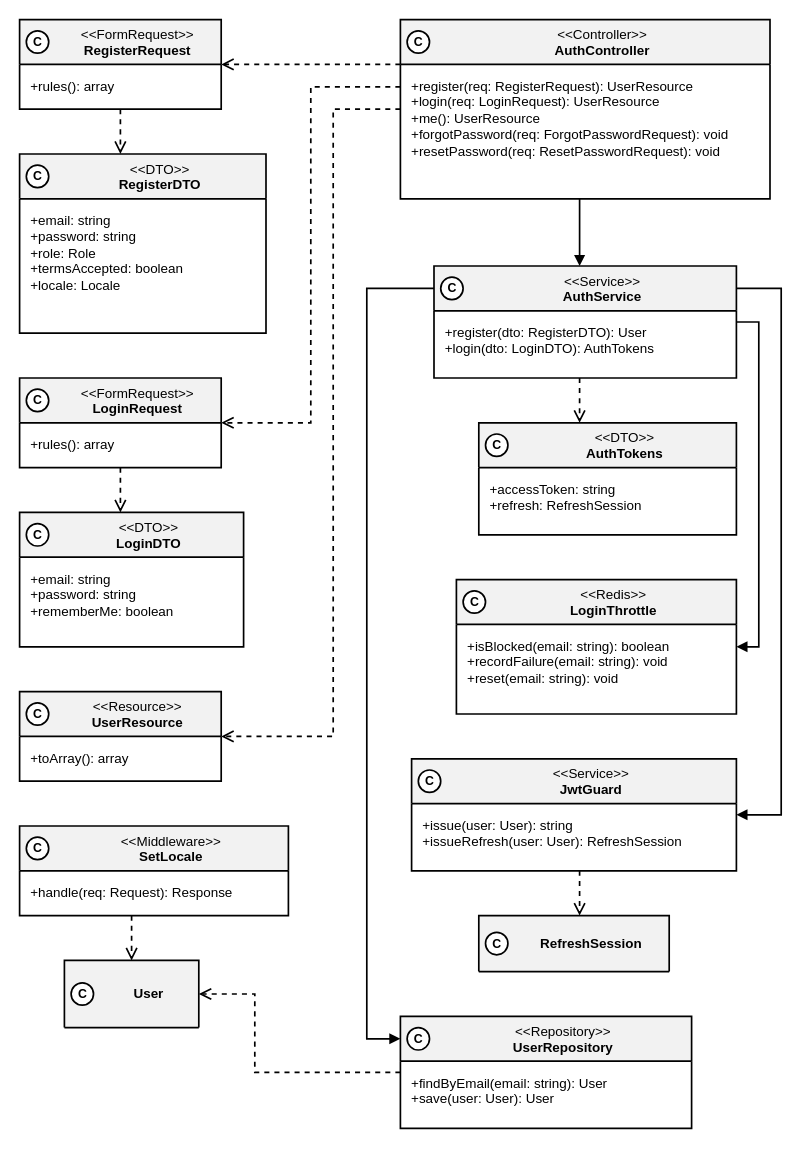
This is especificacao/diagramas/13-classes-area-a-implementacao-login.drawio from Plataforma-de-Cursos-TCC/plataforma-cursos-docs, a draw.io file, before an edit. Source tidied: cells renumbered, new cells numbered last; positions are measured from the earlier drawing's top-left corner, leaving out a move shared by most shapes. Both pictures are drawn from the tidied source at 112%, with x=0, y=0 at pixel (19, 19).
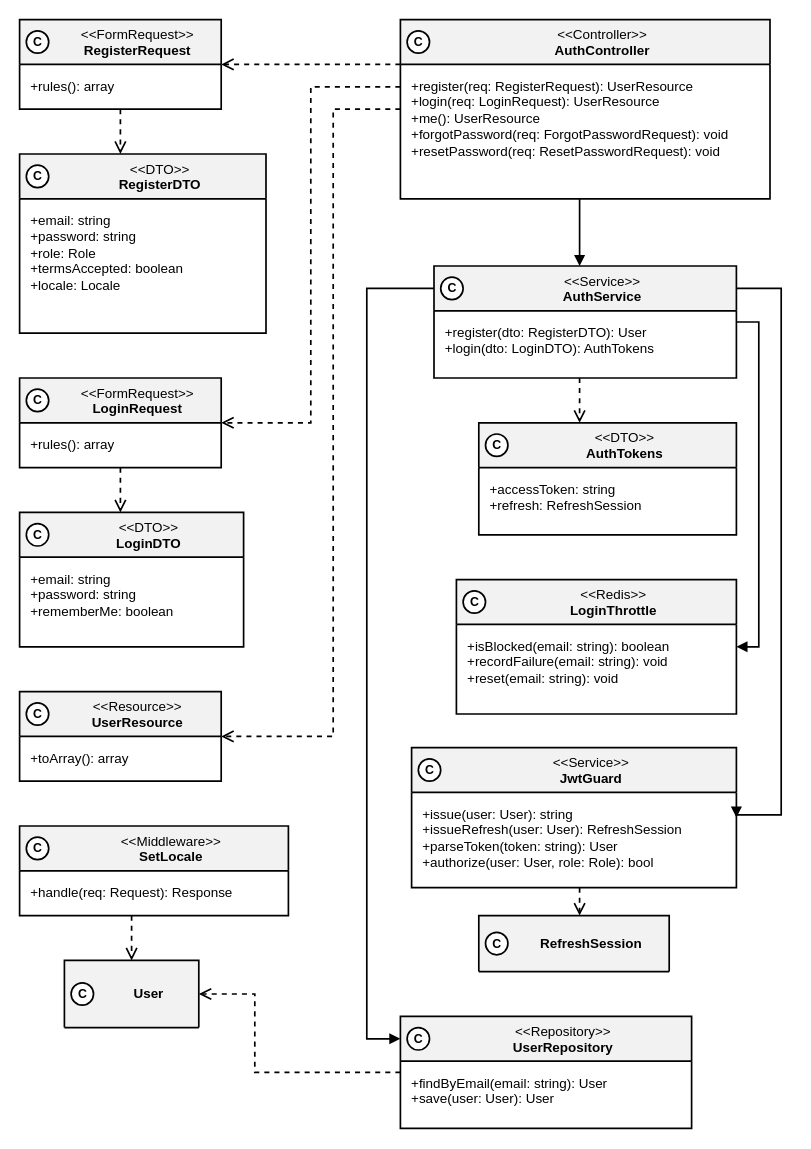
After the change.

Commit message (it also covers changes not shown here):
fix(diagrama-de-classes): expose JwtGuard token checks and English enum values in area A

What changed in the source:
```diff
@@
     <mxCell id="23" value="&amp;lt;&amp;lt;Service&amp;gt;&amp;gt;&lt;br&gt;&lt;b&gt;JwtGuard&lt;/b&gt;" style="swimlane;html=1;fontStyle=0;align=center;verticalAlign=top;startSize=40;fillColor=#F2F2F2;swimlaneFillColor=#FFFFFF;strokeColor=#000000;strokeWidth=1.5;fontFamily=Helvetica;fontSize=12;fontColor=#000000;rounded=0;spacingLeft=30;" parent="1" vertex="1">
-      <mxGeometry x="350" y="660" width="290" height="100" as="geometry" />
+      <mxGeometry x="350" y="650" width="290" height="125" as="geometry" />
     </mxCell>
-    <mxCell id="24" value="+issue(user: User): string&lt;br&gt;+issueRefresh(user: User): RefreshSession" style="text;html=1;align=left;verticalAlign=top;spacingLeft=8;spacingRight=8;spacingTop=6;fontSize=12;fontFamily=Helvetica;fontColor=#000000;strokeColor=none;fillColor=none;whiteSpace=wrap;" parent="23" vertex="1">
-      <mxGeometry y="40" width="290" height="60" as="geometry" />
+    <mxCell id="24" value="+issue(user: User): string&lt;br&gt;+issueRefresh(user: User): RefreshSession&lt;br&gt;+parseToken(token: string): User&lt;br&gt;+authorize(user: User, role: Role): bool" style="text;html=1;align=left;verticalAlign=top;spacingLeft=8;spacingRight=8;spacingTop=6;fontSize=12;fontFamily=Helvetica;fontColor=#000000;strokeColor=none;fillColor=none;whiteSpace=wrap;" parent="23" vertex="1">
+      <mxGeometry y="40" width="290" height="85" as="geometry" />
     </mxCell>
@@
     <mxCell id="52" value="C" style="ellipse;html=1;fillColor=#FFFFFF;strokeColor=#000000;strokeWidth=1.5;fontFamily=Helvetica;fontSize=11;fontStyle=1;fontColor=#000000;" parent="1" vertex="1">
-      <mxGeometry x="356" y="670" width="20" height="20" as="geometry" />
+      <mxGeometry x="356" y="660" width="20" height="20" as="geometry" />
     </mxCell>
```
